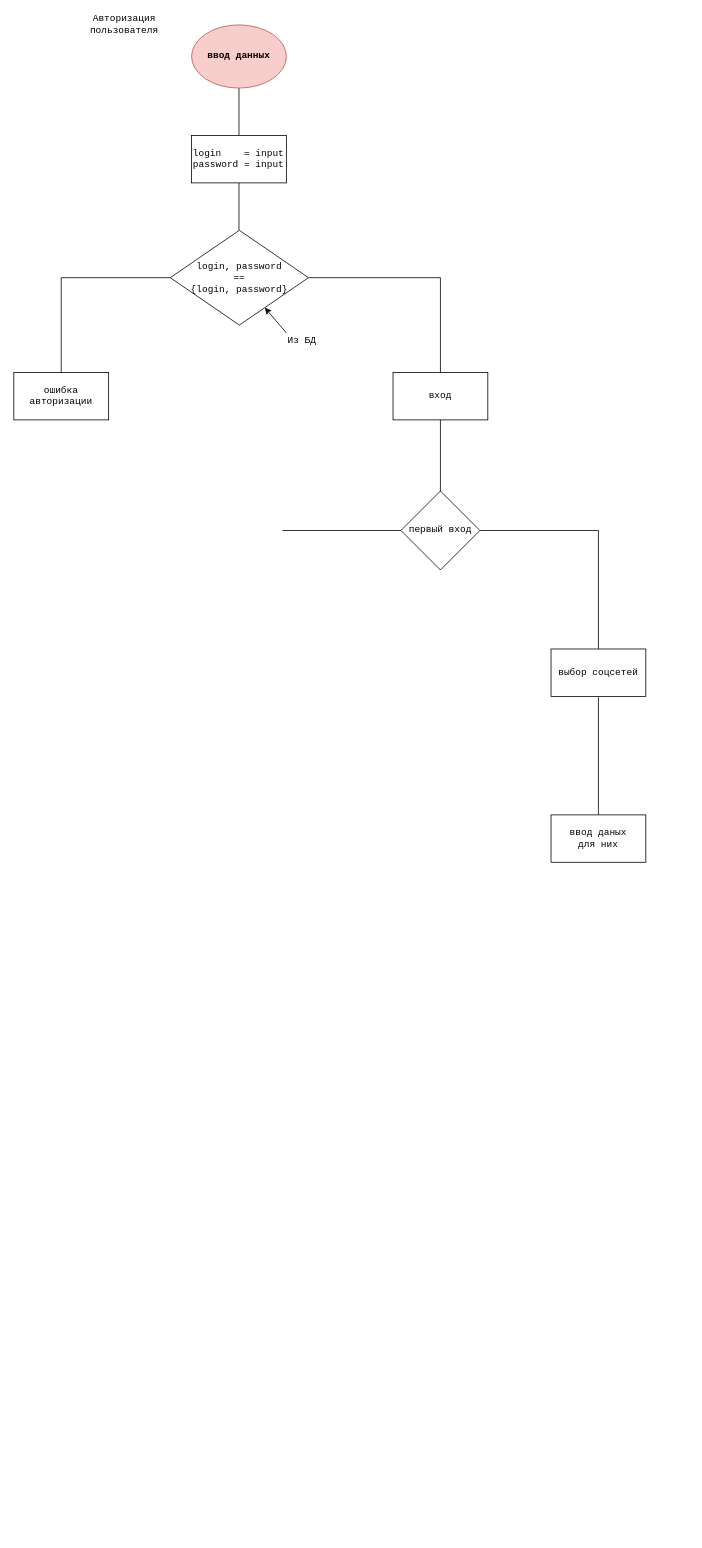
Before: Untitled Diagram.drawio in IvanBonchukov/bot, a draw.io diagram. Source tidied: cells renumbered, new cells numbered last; positions are measured from the earlier drawing's top-left corner, leaving out a move shared by most shapes. Both pictures are drawn from the tidied source at 79%, with x=0, y=0 at pixel (13, 17).
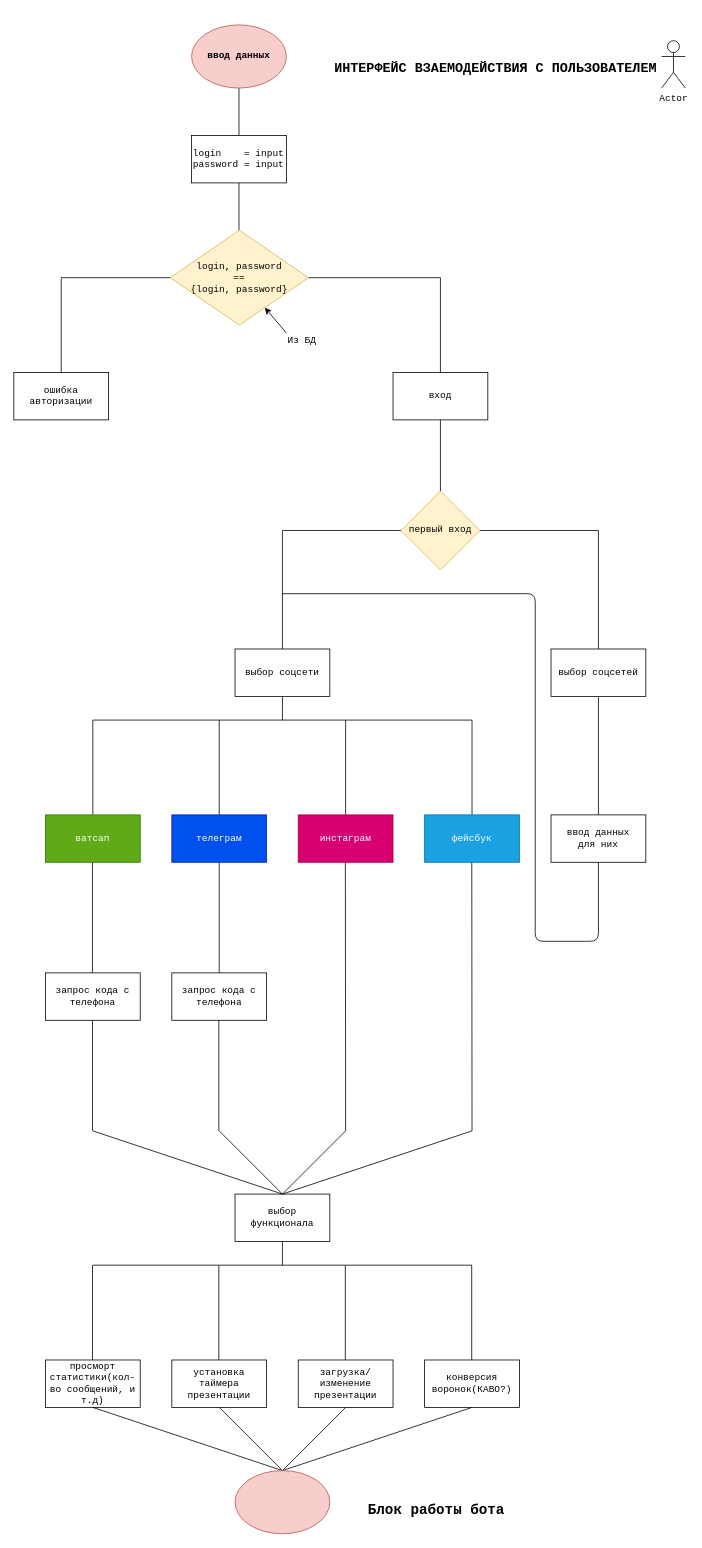
The same diagram, later.

Change to the diagram source:
```diff
@@
-    <mxCell id="6" value="Авторизация пользователя" style="text;html=1;strokeColor=none;fillColor=none;align=center;verticalAlign=middle;whiteSpace=wrap;rounded=0;fontFamily=Courier New;" parent="1" vertex="1">
-      <mxGeometry x="120" width="40" height="20" as="geometry" />
+    <mxCell id="6" value="&lt;font style=&quot;font-size: 17px&quot;&gt;&lt;b&gt;ИНТЕРФЕЙС ВЗАЕМОДЕЙСТВИЯ С ПОЛЬЗОВАТЕЛЕМ&lt;/b&gt;&lt;/font&gt;" style="text;html=1;strokeColor=none;fillColor=none;align=center;verticalAlign=middle;whiteSpace=wrap;rounded=0;fontFamily=Courier New;" parent="1" vertex="1">
+      <mxGeometry x="385" y="56" width="450" height="20" as="geometry" />
     </mxCell>
-    <mxCell id="7" value="&lt;div&gt;login, password&lt;/div&gt;&lt;div&gt; ==&lt;/div&gt;&lt;div&gt;{login, password}&lt;br&gt; &lt;/div&gt;" style="rhombus;whiteSpace=wrap;html=1;fontFamily=Courier New;" parent="1" vertex="1">
+    <mxCell id="7" value="&lt;div&gt;login, password&lt;/div&gt;&lt;div&gt; ==&lt;/div&gt;&lt;div&gt;{login, password}&lt;br&gt; &lt;/div&gt;" style="rhombus;whiteSpace=wrap;html=1;fontFamily=Courier New;fillColor=#fff2cc;strokeColor=#d6b656;" parent="1" vertex="1">
       <mxGeometry x="198" y="270" width="175" height="120" as="geometry" />
     </mxCell>
@@
-    <mxCell id="17" value="первый вход" style="rhombus;whiteSpace=wrap;html=1;fontFamily=Courier New;" parent="1" vertex="1">
+    <mxCell id="17" value="первый вход" style="rhombus;whiteSpace=wrap;html=1;fontFamily=Courier New;fillColor=#fff2cc;strokeColor=#d6b656;" parent="1" vertex="1">
       <mxGeometry x="490" y="600" width="100" height="100" as="geometry" />
     </mxCell>
@@
-    <mxCell id="23" value="&lt;div&gt;ввод даных&lt;/div&gt;&lt;div&gt; для них&lt;/div&gt;" style="rounded=0;whiteSpace=wrap;html=1;fontFamily=Courier New;" parent="1" vertex="1">
+    <mxCell id="23" value="&lt;div&gt;ввод данных&lt;/div&gt;&lt;div&gt; для них&lt;/div&gt;" style="rounded=0;whiteSpace=wrap;html=1;fontFamily=Courier New;" parent="1" vertex="1">
       <mxGeometry x="680" y="1010" width="120" height="60" as="geometry" />
     </mxCell>
+    <mxCell id="24" value="выбор соцсети" style="rounded=0;whiteSpace=wrap;html=1;fontFamily=Courier New;" parent="1" vertex="1">
+      <mxGeometry x="280" y="800" width="120" height="60" as="geometry" />
+    </mxCell>
+    <mxCell id="25" style="endArrow=none;html=1;fontFamily=Courier New;" parent="1" edge="1" source="24">
+      <mxGeometry relative="1" as="geometry">
+        <mxPoint x="340" y="650" as="targetPoint" />
+      </mxGeometry>
+    </mxCell>
+    <mxCell id="26" style="endArrow=none;html=1;fontFamily=Courier New;exitX=0.5;exitY=0;exitDx=0;exitDy=0;" parent="1" edge="1" source="32">
+      <mxGeometry relative="1" as="geometry">
+        <mxPoint x="420" y="890" as="targetPoint" />
+      </mxGeometry>
+    </mxCell>
+    <mxCell id="27" style="endArrow=none;html=1;fontFamily=Courier New;" parent="1" edge="1">
+      <mxGeometry relative="1" as="geometry">
+        <mxPoint x="420" y="890" as="sourcePoint" />
+        <mxPoint x="580" y="890" as="targetPoint" />
+      </mxGeometry>
+    </mxCell>
+    <mxCell id="28" style="endArrow=none;html=1;fontFamily=Courier New;" parent="1" edge="1">
+      <mxGeometry relative="1" as="geometry">
+        <mxPoint x="260" y="890" as="sourcePoint" />
+        <mxPoint x="420" y="890" as="targetPoint" />
+      </mxGeometry>
+    </mxCell>
+    <mxCell id="29" style="endArrow=none;html=1;fontFamily=Courier New;" parent="1" edge="1">
+      <mxGeometry relative="1" as="geometry">
+        <mxPoint x="580" y="1010" as="sourcePoint" />
+        <mxPoint x="580" y="890" as="targetPoint" />
+      </mxGeometry>
+    </mxCell>
+    <mxCell id="30" style="endArrow=none;html=1;fontFamily=Courier New;" parent="1" edge="1">
+      <mxGeometry relative="1" as="geometry">
+        <mxPoint x="260" y="1010" as="sourcePoint" />
+        <mxPoint x="260" y="890" as="targetPoint" />
+      </mxGeometry>
+    </mxCell>
+    <mxCell id="31" value="телеграм" style="rounded=0;whiteSpace=wrap;html=1;fontFamily=Courier New;fillColor=#0050ef;strokeColor=#001DBC;fontColor=#ffffff;" parent="1" vertex="1">
+      <mxGeometry x="200" y="1010" width="120" height="60" as="geometry" />
+    </mxCell>
+    <mxCell id="32" value="инстаграм" style="rounded=0;whiteSpace=wrap;html=1;fontFamily=Courier New;fillColor=#d80073;strokeColor=#A50040;fontColor=#ffffff;" parent="1" vertex="1">
+      <mxGeometry x="360" y="1010" width="120" height="60" as="geometry" />
+    </mxCell>
+    <mxCell id="33" value="фейсбук" style="rounded=0;whiteSpace=wrap;html=1;fontFamily=Courier New;fillColor=#1ba1e2;strokeColor=#006EAF;fontColor=#ffffff;" parent="1" vertex="1">
+      <mxGeometry x="520" y="1010" width="120" height="60" as="geometry" />
+    </mxCell>
+    <mxCell id="34" style="endArrow=none;html=1;fontFamily=Courier New;entryX=0.5;entryY=1;entryDx=0;entryDy=0;" parent="1" edge="1" target="31">
+      <mxGeometry relative="1" as="geometry">
+        <mxPoint x="260" y="1210" as="sourcePoint" />
+      </mxGeometry>
+    </mxCell>
+    <mxCell id="35" style="endArrow=none;html=1;fontFamily=Courier New;entryX=0.5;entryY=1;entryDx=0;entryDy=0;" parent="1" edge="1">
+      <mxGeometry relative="1" as="geometry">
+        <mxPoint x="420" y="1410" as="sourcePoint" />
+        <mxPoint x="419.7" y="1070" as="targetPoint" />
+      </mxGeometry>
+    </mxCell>
+    <mxCell id="36" style="endArrow=none;html=1;fontFamily=Courier New;entryX=0.5;entryY=1;entryDx=0;entryDy=0;" parent="1" edge="1">
+      <mxGeometry relative="1" as="geometry">
+        <mxPoint x="580" y="1410" as="sourcePoint" />
+        <mxPoint x="579.7" y="1070" as="targetPoint" />
+      </mxGeometry>
+    </mxCell>
+    <mxCell id="37" value="запрос кода с телефона " style="rounded=0;whiteSpace=wrap;html=1;fontFamily=Courier New;" parent="1" vertex="1">
+      <mxGeometry x="200" y="1210" width="120" height="60" as="geometry" />
+    </mxCell>
+    <mxCell id="38" style="endArrow=none;html=1;fontFamily=Courier New;" parent="1" edge="1">
+      <mxGeometry relative="1" as="geometry">
+        <mxPoint x="100" y="890" as="sourcePoint" />
+        <mxPoint x="260" y="890" as="targetPoint" />
+      </mxGeometry>
+    </mxCell>
+    <mxCell id="39" style="endArrow=none;html=1;fontFamily=Courier New;" parent="1" edge="1">
+      <mxGeometry relative="1" as="geometry">
+        <mxPoint x="100" y="1010" as="sourcePoint" />
+        <mxPoint x="100" y="890" as="targetPoint" />
+      </mxGeometry>
+    </mxCell>
+    <mxCell id="40" value="ватсап" style="rounded=0;whiteSpace=wrap;html=1;fontFamily=Courier New;fillColor=#60a917;strokeColor=#2D7600;fontColor=#ffffff;" parent="1" vertex="1">
+      <mxGeometry x="40" y="1010" width="120" height="60" as="geometry" />
+    </mxCell>
+    <mxCell id="41" style="endArrow=none;html=1;fontFamily=Courier New;entryX=0.5;entryY=1;entryDx=0;entryDy=0;" parent="1" edge="1" target="24">
+      <mxGeometry relative="1" as="geometry">
+        <mxPoint x="340" y="890" as="sourcePoint" />
+      </mxGeometry>
+    </mxCell>
+    <mxCell id="42" value="запрос кода с телефона " style="rounded=0;whiteSpace=wrap;html=1;fontFamily=Courier New;" parent="1" vertex="1">
+      <mxGeometry x="40" y="1210" width="120" height="60" as="geometry" />
+    </mxCell>
+    <mxCell id="43" style="endArrow=none;html=1;fontFamily=Courier New;entryX=0.5;entryY=1;entryDx=0;entryDy=0;" parent="1" edge="1">
+      <mxGeometry relative="1" as="geometry">
+        <mxPoint x="99.5" y="1210" as="sourcePoint" />
+        <mxPoint x="99.5" y="1070" as="targetPoint" />
+      </mxGeometry>
+    </mxCell>
+    <mxCell id="44" style="endArrow=none;html=1;fontFamily=Courier New;" parent="1" edge="1">
+      <mxGeometry relative="1" as="geometry">
+        <mxPoint x="340" y="730" as="sourcePoint" />
+        <mxPoint x="740" y="1070" as="targetPoint" />
+        <Array as="points">
+          <mxPoint x="660" y="730" />
+          <mxPoint x="660" y="1170" />
+          <mxPoint x="740" y="1170" />
+        </Array>
+      </mxGeometry>
+    </mxCell>
+    <mxCell id="45" style="endArrow=none;html=1;fontFamily=Courier New;entryX=0.5;entryY=1;entryDx=0;entryDy=0;" parent="1" edge="1">
+      <mxGeometry relative="1" as="geometry">
+        <mxPoint x="259.5" y="1410" as="sourcePoint" />
+        <mxPoint x="259.5" y="1270" as="targetPoint" />
+      </mxGeometry>
+    </mxCell>
+    <mxCell id="46" style="endArrow=none;html=1;fontFamily=Courier New;entryX=0.5;entryY=1;entryDx=0;entryDy=0;" parent="1" edge="1">
+      <mxGeometry relative="1" as="geometry">
+        <mxPoint x="99.6" y="1410" as="sourcePoint" />
+        <mxPoint x="99.6" y="1270" as="targetPoint" />
+      </mxGeometry>
+    </mxCell>
+    <mxCell id="47" value="выбор функционала" style="rounded=0;whiteSpace=wrap;html=1;fontFamily=Courier New;" parent="1" vertex="1">
+      <mxGeometry x="280" y="1490" width="120" height="60" as="geometry" />
+    </mxCell>
+    <mxCell id="48" style="endArrow=none;html=1;fontFamily=Courier New;exitX=0.5;exitY=0;exitDx=0;exitDy=0;" parent="1" edge="1" source="47">
+      <mxGeometry relative="1" as="geometry">
+        <mxPoint x="100" y="1410" as="targetPoint" />
+      </mxGeometry>
+    </mxCell>
+    <mxCell id="49" style="endArrow=none;html=1;fontFamily=Courier New;" parent="1" edge="1">
+      <mxGeometry relative="1" as="geometry">
+        <mxPoint x="340" y="1490" as="sourcePoint" />
+        <mxPoint x="260" y="1410" as="targetPoint" />
+      </mxGeometry>
+    </mxCell>
+    <mxCell id="50" style="endArrow=none;html=1;fontFamily=Courier New;" parent="1" edge="1">
+      <mxGeometry relative="1" as="geometry">
+        <mxPoint x="340" y="1490" as="sourcePoint" />
+        <mxPoint x="420" y="1410" as="targetPoint" />
+      </mxGeometry>
+    </mxCell>
+    <mxCell id="51" style="endArrow=none;html=1;fontFamily=Courier New;" parent="1" edge="1">
+      <mxGeometry relative="1" as="geometry">
+        <mxPoint x="340" y="1490" as="sourcePoint" />
+        <mxPoint x="580" y="1410" as="targetPoint" />
+      </mxGeometry>
+    </mxCell>
+    <mxCell id="52" style="endArrow=none;html=1;fontFamily=Courier New;" parent="1" edge="1">
+      <mxGeometry relative="1" as="geometry">
+        <mxPoint x="420" y="1580" as="sourcePoint" />
+        <mxPoint x="580" y="1580" as="targetPoint" />
+      </mxGeometry>
+    </mxCell>
+    <mxCell id="53" style="endArrow=none;html=1;fontFamily=Courier New;" parent="1" edge="1">
+      <mxGeometry relative="1" as="geometry">
+        <mxPoint x="260" y="1580" as="sourcePoint" />
+        <mxPoint x="420" y="1580" as="targetPoint" />
+      </mxGeometry>
+    </mxCell>
+    <mxCell id="54" style="endArrow=none;html=1;fontFamily=Courier New;" parent="1" edge="1">
+      <mxGeometry relative="1" as="geometry">
+        <mxPoint x="100" y="1580" as="sourcePoint" />
+        <mxPoint x="260" y="1580" as="targetPoint" />
+      </mxGeometry>
+    </mxCell>
+    <mxCell id="55" style="endArrow=none;html=1;fontFamily=Courier New;entryX=0.5;entryY=1;entryDx=0;entryDy=0;" parent="1" edge="1">
+      <mxGeometry relative="1" as="geometry">
+        <mxPoint x="340" y="1580" as="sourcePoint" />
+        <mxPoint x="340" y="1550" as="targetPoint" />
+      </mxGeometry>
+    </mxCell>
+    <mxCell id="56" style="endArrow=none;html=1;fontFamily=Courier New;" parent="1" edge="1">
+      <mxGeometry relative="1" as="geometry">
+        <mxPoint x="99.6" y="1700" as="sourcePoint" />
+        <mxPoint x="99.6" y="1580" as="targetPoint" />
+      </mxGeometry>
+    </mxCell>
+    <mxCell id="57" value="просморт статистики(кол-во сообщений, и т.д)" style="rounded=0;whiteSpace=wrap;html=1;fontFamily=Courier New;" parent="1" vertex="1">
+      <mxGeometry x="40" y="1700" width="120" height="60" as="geometry" />
+    </mxCell>
+    <mxCell id="58" style="endArrow=none;html=1;fontFamily=Courier New;" parent="1" edge="1">
+      <mxGeometry relative="1" as="geometry">
+        <mxPoint x="579.6" y="1700" as="sourcePoint" />
+        <mxPoint x="579.6" y="1580" as="targetPoint" />
+      </mxGeometry>
+    </mxCell>
+    <mxCell id="59" value="конверсия воронок(КАВО?)" style="rounded=0;whiteSpace=wrap;html=1;fontFamily=Courier New;" parent="1" vertex="1">
+      <mxGeometry x="520" y="1700" width="120" height="60" as="geometry" />
+    </mxCell>
+    <mxCell id="60" style="endArrow=none;html=1;fontFamily=Courier New;" parent="1" edge="1">
+      <mxGeometry relative="1" as="geometry">
+        <mxPoint x="259.5" y="1700" as="sourcePoint" />
+        <mxPoint x="259.5" y="1580" as="targetPoint" />
+      </mxGeometry>
+    </mxCell>
+    <mxCell id="61" value="установка таймера презентации" style="rounded=0;whiteSpace=wrap;html=1;fontFamily=Courier New;" parent="1" vertex="1">
+      <mxGeometry x="200" y="1700" width="120" height="60" as="geometry" />
+    </mxCell>
+    <mxCell id="62" style="endArrow=none;html=1;fontFamily=Courier New;" parent="1" edge="1">
+      <mxGeometry relative="1" as="geometry">
+        <mxPoint x="419.6" y="1700" as="sourcePoint" />
+        <mxPoint x="419.6" y="1580" as="targetPoint" />
+      </mxGeometry>
+    </mxCell>
+    <mxCell id="63" value="&lt;div&gt;загрузка/&lt;/div&gt;&lt;div&gt;изменение&lt;/div&gt;&lt;div&gt; презентации&lt;/div&gt;" style="rounded=0;whiteSpace=wrap;html=1;fontFamily=Courier New;" parent="1" vertex="1">
+      <mxGeometry x="360" y="1700" width="120" height="60" as="geometry" />
+    </mxCell>
+    <mxCell id="64" value="Actor" style="shape=umlActor;verticalLabelPosition=bottom;verticalAlign=top;html=1;fontFamily=Courier New;" parent="1" vertex="1">
+      <mxGeometry x="820" y="30" width="30" height="60" as="geometry" />
+    </mxCell>
+    <mxCell id="65" style="endArrow=none;html=1;fontFamily=Courier New;exitX=0.5;exitY=0;exitDx=0;exitDy=0;" parent="1" edge="1">
+      <mxGeometry relative="1" as="geometry">
+        <mxPoint x="340" y="1840" as="sourcePoint" />
+        <mxPoint x="100" y="1760" as="targetPoint" />
+      </mxGeometry>
+    </mxCell>
+    <mxCell id="66" style="endArrow=none;html=1;fontFamily=Courier New;" parent="1" edge="1">
+      <mxGeometry relative="1" as="geometry">
+        <mxPoint x="340" y="1840" as="sourcePoint" />
+        <mxPoint x="260" y="1760" as="targetPoint" />
+      </mxGeometry>
+    </mxCell>
+    <mxCell id="67" style="endArrow=none;html=1;fontFamily=Courier New;" parent="1" edge="1">
+      <mxGeometry relative="1" as="geometry">
+        <mxPoint x="340" y="1840" as="sourcePoint" />
+        <mxPoint x="420" y="1760" as="targetPoint" />
+      </mxGeometry>
+    </mxCell>
+    <mxCell id="68" style="endArrow=none;html=1;fontFamily=Courier New;" parent="1" edge="1">
+      <mxGeometry relative="1" as="geometry">
+        <mxPoint x="340" y="1840" as="sourcePoint" />
+        <mxPoint x="580" y="1760" as="targetPoint" />
+      </mxGeometry>
+    </mxCell>
+    <mxCell id="69" style="ellipse;whiteSpace=wrap;html=1;fontFamily=Courier New;fillColor=#f8cecc;strokeColor=#b85450;" parent="1" vertex="1">
+      <mxGeometry x="280" y="1840" width="120" height="80" as="geometry" />
+    </mxCell>
+    <mxCell id="70" value="&lt;font style=&quot;font-size: 18px&quot;&gt;&lt;b&gt;Блок работы бота&lt;/b&gt;&lt;/font&gt;" style="text;html=1;strokeColor=none;fillColor=none;align=center;verticalAlign=middle;whiteSpace=wrap;rounded=0;fontFamily=Courier New;" parent="1" vertex="1">
+      <mxGeometry x="420" y="1880" width="230" height="20" as="geometry" />
+    </mxCell>
```
